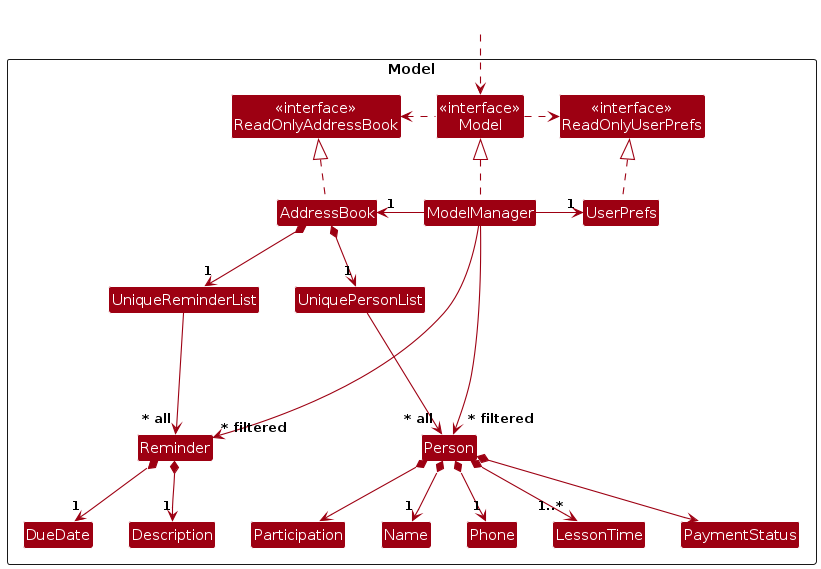
Earlier version of the PlantUML export diagrams/ModelClassDiagram.png (AY2526S1-CS2103T-F12-2/tp). Its source is kept beside it as diagrams/ModelClassDiagram.puml. Source of this version:
```plantuml
@startuml
!include style.puml
skinparam arrowThickness 1.1
skinparam arrowColor MODEL_COLOR
skinparam classBackgroundColor MODEL_COLOR

Package Model as ModelPackage <<Rectangle>>{
Class "<<interface>>\nReadOnlyAddressBook" as ReadOnlyAddressBook
Class "<<interface>>\nReadOnlyUserPrefs" as ReadOnlyUserPrefs
Class "<<interface>>\nModel" as Model
Class AddressBook
Class ModelManager
Class UserPrefs

Class UniquePersonList
Class UniqueReminderList
Class Person
Class Reminder
Class Name
Class Phone
Class LessonTime
Class PaymentStatus
Class Participation
Class DueDate
Class Description

Class I #FFFFFF
}

Class HiddenOutside #FFFFFF
HiddenOutside ..> Model

AddressBook .up.|> ReadOnlyAddressBook

ModelManager .up.|> Model
Model .right.> ReadOnlyUserPrefs
Model .left.> ReadOnlyAddressBook
ModelManager -left-> "1" AddressBook
ModelManager -right-> "1" UserPrefs
UserPrefs .up.|> ReadOnlyUserPrefs

AddressBook *--> "1" UniquePersonList
UniquePersonList --> "~* all" Person
Person *--> "1" Name
Person *--> "1" Phone
Person *--> "1..*" LessonTime
Person *--> PaymentStatus
Person *--> Participation

AddressBook *--> "1" UniqueReminderList
UniqueReminderList --> "~* all" Reminder
Reminder *--> "1" DueDate
Reminder *--> "1" Description

Person -[hidden]left--> Reminder
Reminder -[hidden]up--> I
UniquePersonList -[hidden]left-> UniqueReminderList
UniqueReminderList -[hidden]right-> I

Name -[hidden]right-> Phone
Phone -[hidden]right-> LessonTime
LessonTime -[hidden]right-> PaymentStatus
PaymentStatus -[hidden]right-> Participation

DueDate -[hidden]right-> Description

ModelManager --> "~* filtered" Person
ModelManager --> "~* filtered" Reminder
@enduml
```
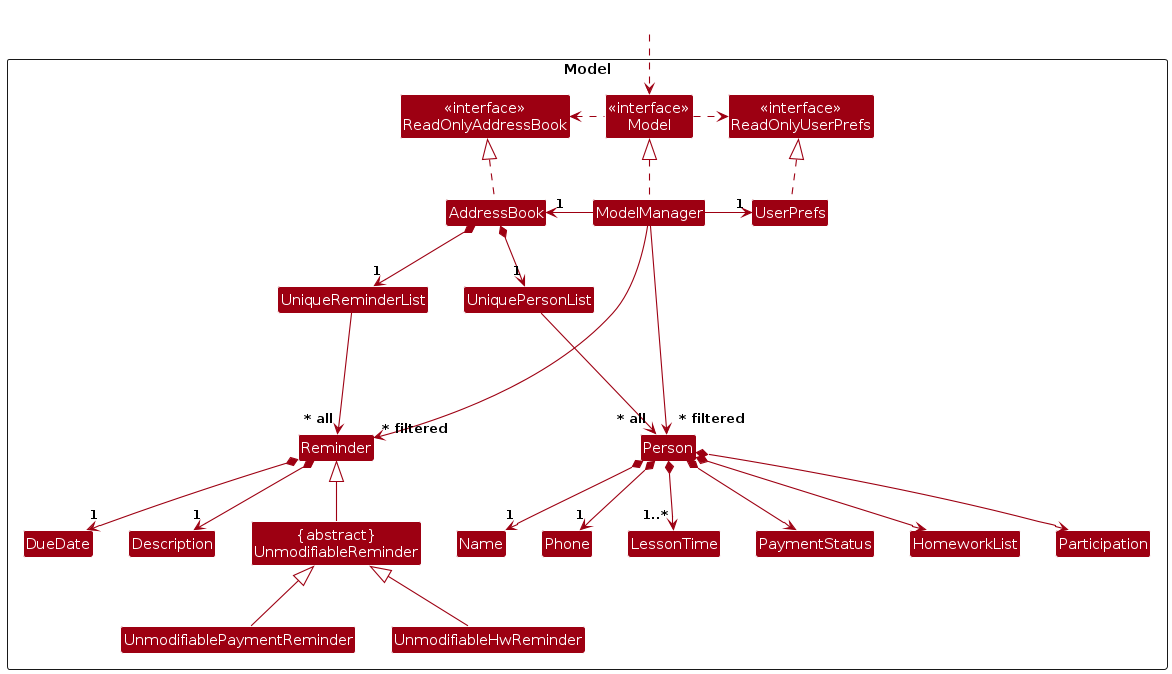
Later version of the same file.

The edit, as a diff of the source:
```diff
@@ -16,10 +16,14 @@
 Class UniqueReminderList
 Class Person
 Class Reminder
+Class "{abstract}\nUnmodifiableReminder" as UnmodifiableReminder
+Class UnmodifiablePaymentReminder
+Class UnmodifiableHwReminder
 Class Name
 Class Phone
 Class LessonTime
 Class PaymentStatus
+Class HomeworkList
 Class Participation
 Class DueDate
 Class Description
@@ -45,12 +49,17 @@
 Person *--> "1" Phone
 Person *--> "1..*" LessonTime
 Person *--> PaymentStatus
+Person *--> HomeworkList
 Person *--> Participation
 
 AddressBook *--> "1" UniqueReminderList
 UniqueReminderList --> "~* all" Reminder
 Reminder *--> "1" DueDate
 Reminder *--> "1" Description
+
+UnmodifiableReminder -up-|> Reminder
+UnmodifiablePaymentReminder -up-|> UnmodifiableReminder
+UnmodifiableHwReminder -up-|> UnmodifiableReminder
 
 Person -[hidden]left--> Reminder
 Reminder -[hidden]up--> I
@@ -60,7 +69,8 @@
 Name -[hidden]right-> Phone
 Phone -[hidden]right-> LessonTime
 LessonTime -[hidden]right-> PaymentStatus
-PaymentStatus -[hidden]right-> Participation
+PaymentStatus -[hidden]right-> HomeworkList
+HomeworkList -[hidden]right-> Participation
 
 DueDate -[hidden]right-> Description
 
```
